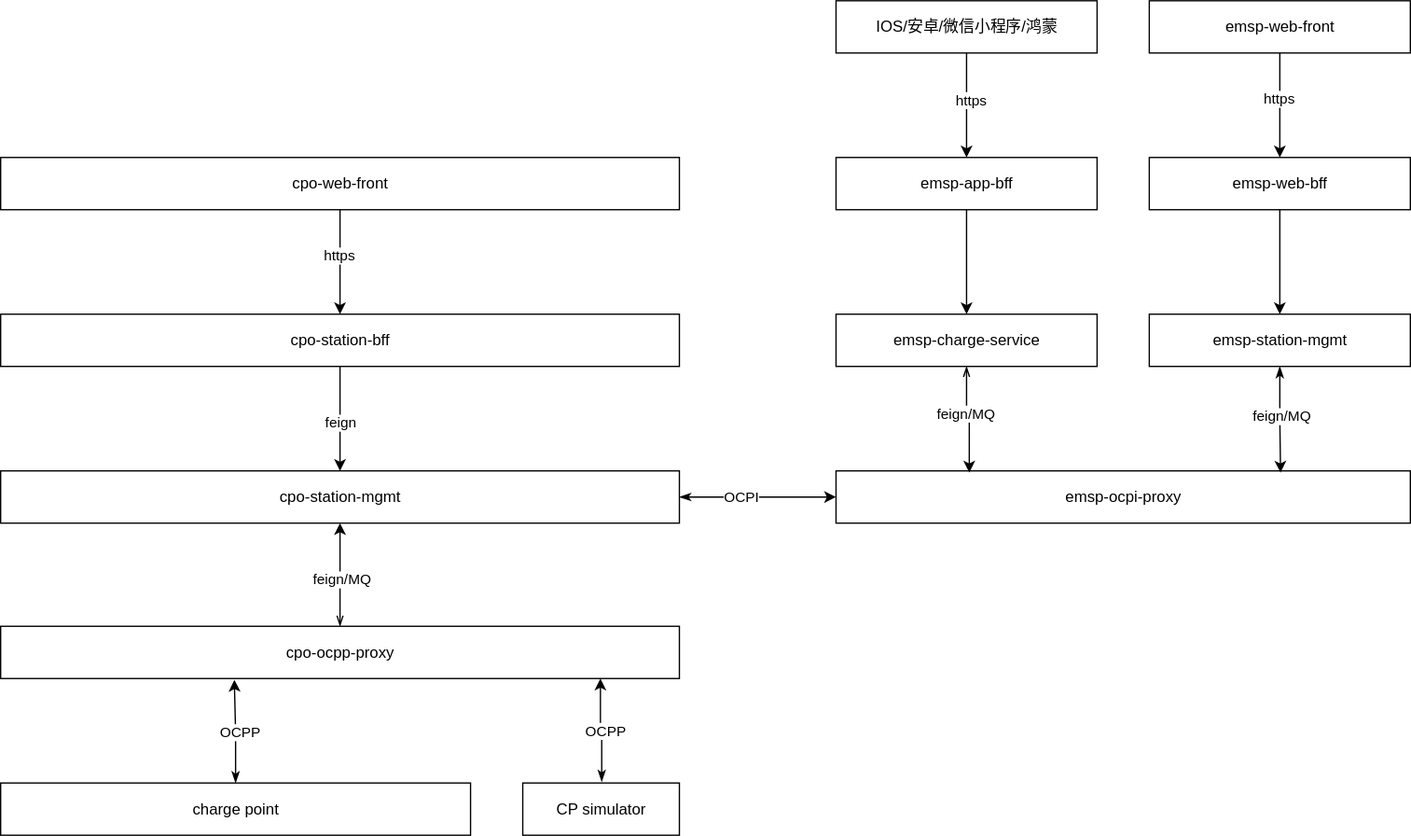
This is MSP-CPMS-design.drawio.svg from arlenye/Agent_Hospital, a draw.io export, as it was before one commit. Source tidied: cells renumbered, new cells last; positions are measured from the earlier drawing's top-left corner, leaving out a move shared by most shapes.
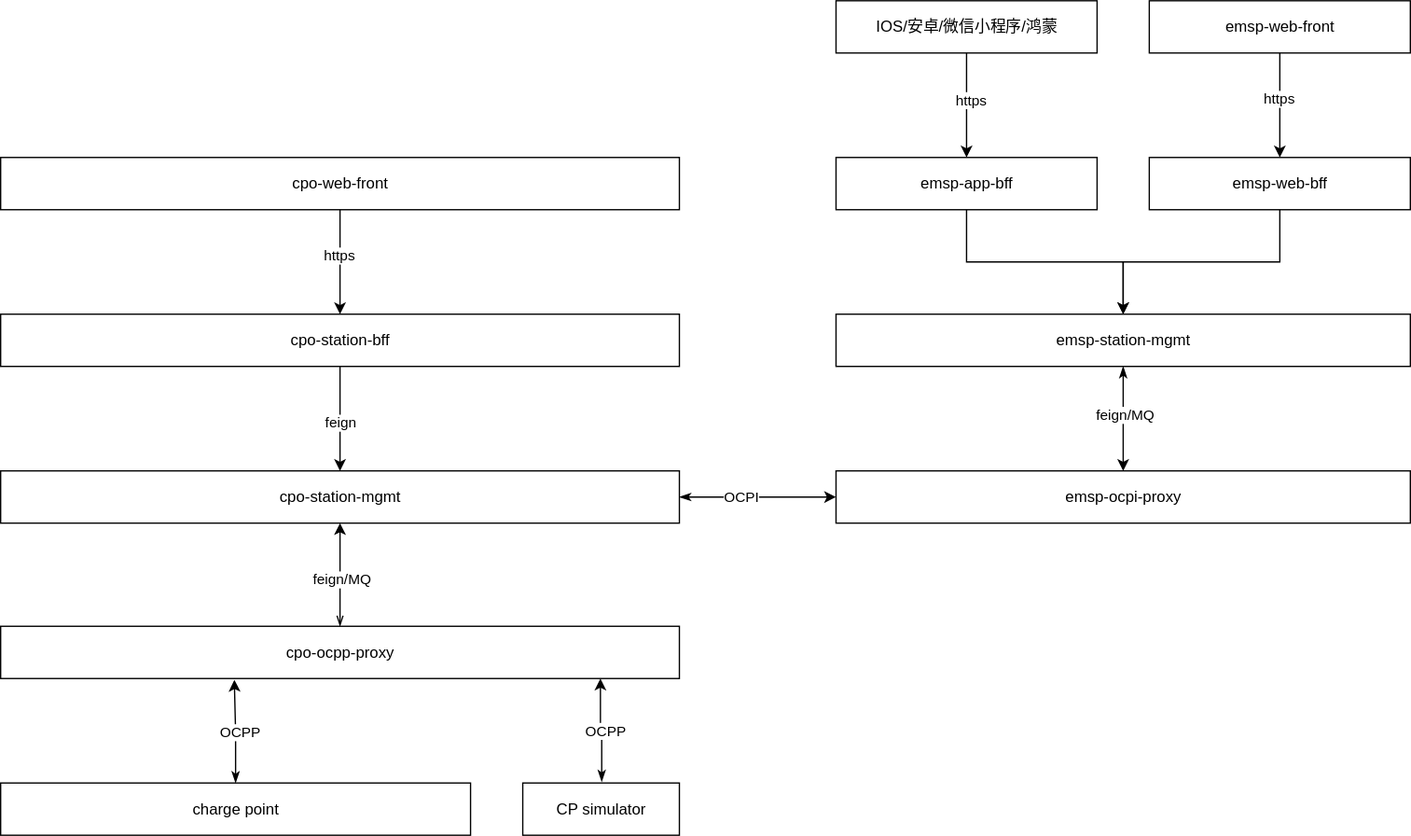
Later version of the same file.

Diff of the diagram source:
```diff
@@ -36,15 +36,12 @@
       <mxGeometry y="240" width="520" height="40" as="geometry" />
     </mxCell>
     <mxCell id="13" value="emsp-station-mgmt" style="rounded=0;whiteSpace=wrap;html=1;" parent="1" vertex="1">
-      <mxGeometry x="880" y="240" width="200" height="40" as="geometry" />
+      <mxGeometry x="640" y="240" width="440" height="40" as="geometry" />
     </mxCell>
-    <mxCell id="14" value="emsp-charge-service" style="rounded=0;whiteSpace=wrap;html=1;" parent="1" vertex="1">
-      <mxGeometry x="640" y="240" width="200" height="40" as="geometry" />
-    </mxCell>
     <mxCell id="15" value="emsp-ocpi-proxy" style="rounded=0;whiteSpace=wrap;html=1;" parent="1" vertex="1">
       <mxGeometry x="640" y="360" width="440" height="40" as="geometry" />
     </mxCell>
-    <mxCell id="16" style="edgeStyle=orthogonalEdgeStyle;rounded=0;jettySize=auto;html=1;entryX=0.5;entryY=0;entryDx=0;entryDy=0;" parent="1" edge="1" source="17" target="14">
+    <mxCell id="16" style="edgeStyle=orthogonalEdgeStyle;rounded=0;jettySize=auto;html=1;" parent="1" edge="1" source="17" target="13">
       <mxGeometry relative="1" as="geometry" />
     </mxCell>
     <mxCell id="17" value="emsp-app-bff" style="rounded=0;whiteSpace=wrap;html=1;" parent="1" vertex="1">
@@ -81,13 +78,7 @@
         <mxPoint x="2" y="1" as="offset" />
       </mxGeometry>
     </mxCell>
-    <mxCell id="24" style="edgeStyle=orthogonalEdgeStyle;rounded=0;jettySize=auto;html=1;startArrow=openThin;startFill=0;entryX=0.232;entryY=0.033;entryDx=0;entryDy=0;entryPerimeter=0;exitX=0.5;exitY=1;exitDx=0;exitDy=0;" parent="1" edge="1" source="14" target="15">
-      <mxGeometry relative="1" as="geometry" />
-    </mxCell>
-    <mxCell id="25" value="feign/MQ" style="edgeLabel;html=1;align=center;verticalAlign=middle;" parent="24" vertex="1">
-      <mxGeometry x="-0.15" y="-2" relative="1" as="geometry" />
-    </mxCell>
-    <mxCell id="26" style="edgeStyle=orthogonalEdgeStyle;rounded=0;jettySize=auto;html=1;exitX=0.5;exitY=1;exitDx=0;exitDy=0;entryX=0.774;entryY=0.033;entryDx=0;entryDy=0;entryPerimeter=0;startArrow=classicThin;startFill=1;" parent="1" edge="1" source="13" target="15">
+    <mxCell id="26" style="edgeStyle=orthogonalEdgeStyle;rounded=0;jettySize=auto;html=1;exitX=0.5;exitY=1;exitDx=0;exitDy=0;startArrow=classicThin;startFill=1;entryX=0.5;entryY=0;entryDx=0;entryDy=0;" parent="1" edge="1" source="13" target="15">
       <mxGeometry relative="1" as="geometry" />
     </mxCell>
     <mxCell id="27" value="feign/MQ" style="edgeLabel;html=1;align=center;verticalAlign=middle;" parent="26" vertex="1">
```
